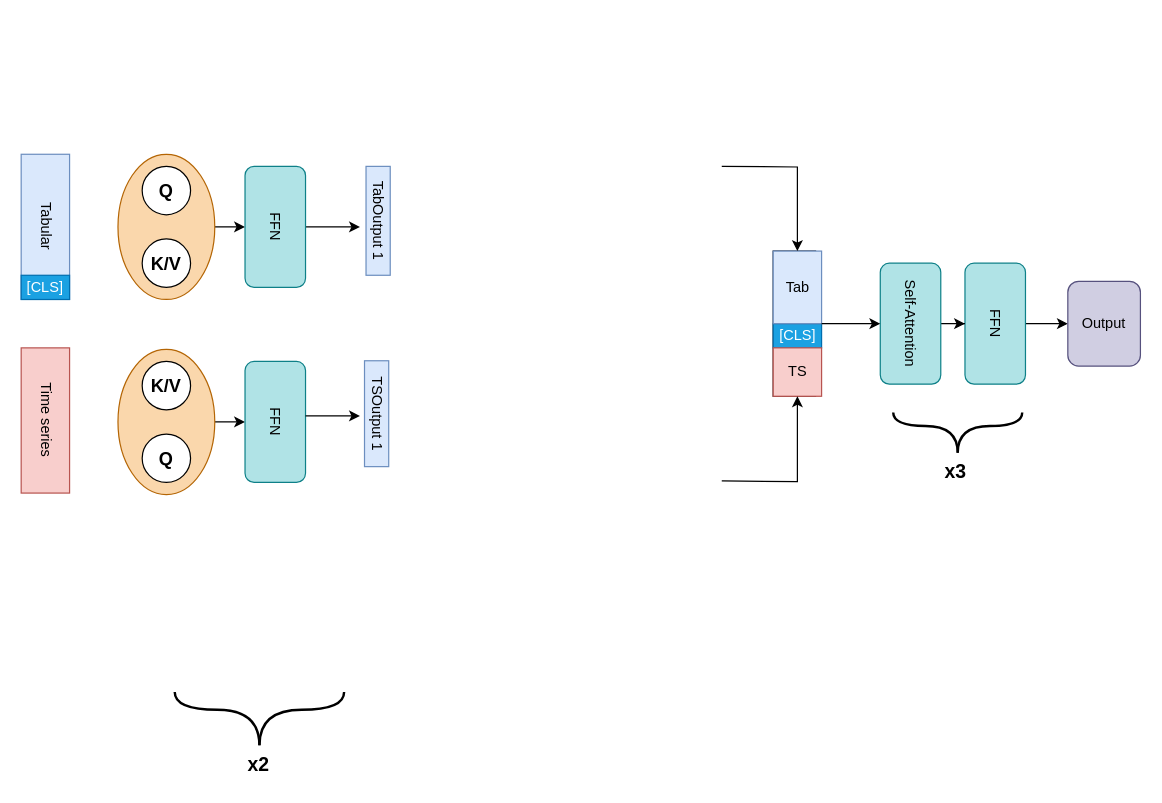
Before: CrossXTab_did.drawio in Jeremstym/MulModVM, a draw.io diagram. Source tidied: cells renumbered, new cells numbered last; positions are measured from the earlier drawing's top-left corner, leaving out a move shared by most shapes. Both pictures are drawn from the tidied source at 121%, with x=0, y=0 at pixel (21, 154).
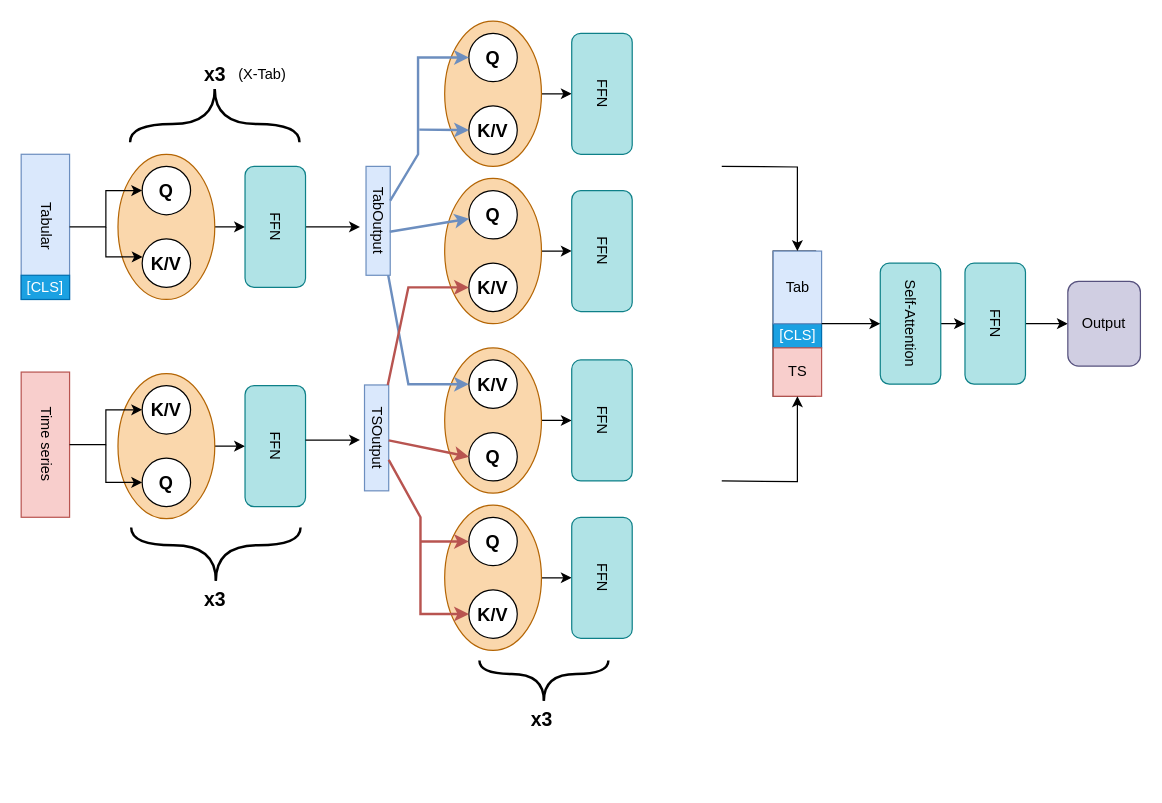
The same page after the edit.

Commit message (it also covers changes not shown here):
Mettre à jour CrossXTab_did.drawio

Unchanged cells that the change refers to:
```xml
<mxCell id="3" value="Tabular" style="rounded=0;whiteSpace=wrap;html=1;direction=south;textDirection=vertical-lr;fillColor=#dae8fc;strokeColor=#6c8ebf;" parent="1" vertex="1">
  <mxGeometry width="40" height="120" as="geometry" />
</mxCell>
<mxCell id="6" value="&lt;font size=&quot;1&quot;&gt;&lt;b style=&quot;font-size: 15px;&quot;&gt;Q&lt;/b&gt;&lt;/font&gt;" style="ellipse;whiteSpace=wrap;html=1;" parent="1" vertex="1">
  <mxGeometry x="100" y="10" width="40" height="40" as="geometry" />
</mxCell>
<mxCell id="7" value="&lt;font size=&quot;1&quot;&gt;&lt;b style=&quot;font-size: 15px;&quot;&gt;K/V&lt;/b&gt;&lt;/font&gt;" style="ellipse;whiteSpace=wrap;html=1;" parent="1" vertex="1">
  <mxGeometry x="100" y="70" width="40" height="40" as="geometry" />
</mxCell>
```

The edit, as a diff of the source:
```diff
@@
     <mxCell id="2" value="Time series" style="rounded=0;whiteSpace=wrap;html=1;direction=south;textDirection=vertical-rl;fillColor=#f8cecc;strokeColor=#b85450;" parent="1" vertex="1">
-      <mxGeometry y="160" width="40" height="120" as="geometry" />
+      <mxGeometry y="180" width="40" height="120" as="geometry" />
     </mxCell>
@@
     <mxCell id="9" style="ellipse;whiteSpace=wrap;html=1;rotation=90;fillColor=#fad7ac;strokeColor=#b46504;" parent="1" vertex="1">
-      <mxGeometry x="60" y="181.2" width="120" height="80" as="geometry" />
+      <mxGeometry x="60" y="201.2" width="120" height="80" as="geometry" />
     </mxCell>
     <mxCell id="10" value="&lt;font size=&quot;1&quot;&gt;&lt;b style=&quot;font-size: 15px;&quot;&gt;K/V&lt;/b&gt;&lt;/font&gt;" style="ellipse;whiteSpace=wrap;html=1;" parent="1" vertex="1">
-      <mxGeometry x="100" y="171.2" width="40" height="40" as="geometry" />
+      <mxGeometry x="100" y="191.2" width="40" height="40" as="geometry" />
     </mxCell>
     <mxCell id="11" value="&lt;font size=&quot;1&quot;&gt;&lt;b style=&quot;font-size: 15px;&quot;&gt;Q&lt;/b&gt;&lt;/font&gt;" style="ellipse;whiteSpace=wrap;html=1;" parent="1" vertex="1">
-      <mxGeometry x="100" y="231.2" width="40" height="40" as="geometry" />
+      <mxGeometry x="100" y="251.2" width="40" height="40" as="geometry" />
     </mxCell>
@@
-    <mxCell id="14" style="edgeStyle=orthogonalEdgeStyle;rounded=0;jettySize=auto;html=1;exitX=1;exitY=0.5;exitDx=0;exitDy=0;" parent="1" edge="1" source="15">
-      <mxGeometry relative="1" as="geometry">
-        <mxPoint x="210.2" y="271.6" as="targetPoint" />
-      </mxGeometry>
-    </mxCell>
     <mxCell id="15" value="FFN" style="rounded=1;whiteSpace=wrap;html=1;rotation=90;fillColor=#b0e3e6;strokeColor=#0e8088;" parent="1" vertex="1">
-      <mxGeometry x="160" y="196.2" width="100" height="50" as="geometry" />
+      <mxGeometry x="160" y="216.2" width="100" height="50" as="geometry" />
     </mxCell>
@@
-    <mxCell id="17" value="TabOutput 1" style="rounded=0;whiteSpace=wrap;html=1;rotation=90;fillColor=#dae8fc;strokeColor=#6c8ebf;" parent="1" vertex="1">
+    <mxCell id="17" value="TabOutput" style="rounded=0;whiteSpace=wrap;html=1;rotation=90;fillColor=#dae8fc;strokeColor=#6c8ebf;" parent="1" vertex="1">
       <mxGeometry x="250" y="45" width="90" height="20" as="geometry" />
     </mxCell>
     <mxCell id="18" style="edgeStyle=orthogonalEdgeStyle;rounded=0;orthogonalLoop=1;jettySize=auto;html=1;" parent="1" edge="1">
       <mxGeometry relative="1" as="geometry">
-        <mxPoint x="235" y="216.2" as="sourcePoint" />
-        <mxPoint x="280" y="216.2" as="targetPoint" />
+        <mxPoint x="235" y="236.2" as="sourcePoint" />
+        <mxPoint x="280" y="236.2" as="targetPoint" />
       </mxGeometry>
     </mxCell>
-    <mxCell id="19" value="TSOutput 1" style="rounded=0;whiteSpace=wrap;html=1;rotation=90;fillColor=#dae8fc;strokeColor=#6c8ebf;" parent="1" vertex="1">
-      <mxGeometry x="250" y="204.4" width="87.5" height="20" as="geometry" />
+    <mxCell id="19" value="TSOutput" style="rounded=0;whiteSpace=wrap;html=1;rotation=90;fillColor=#dae8fc;strokeColor=#6c8ebf;" parent="1" vertex="1">
+      <mxGeometry x="250" y="224.4" width="87.5" height="20" as="geometry" />
     </mxCell>
@@
     <mxCell id="32" style="group;rotation=-90;" parent="1" vertex="1">
-      <mxGeometry x="180" y="366" width="52.5" height="117.5" as="geometry" />
+      <mxGeometry x="144" y="251.2" width="52.5" height="131.8" as="geometry" />
     </mxCell>
+    <mxCell id="14" style="edgeStyle=orthogonalEdgeStyle;rounded=0;orthogonalLoop=1;jettySize=auto;html=1;exitX=1;exitY=0.5;exitDx=0;exitDy=0;" parent="32" edge="1">
+      <mxGeometry relative="1" as="geometry">
+        <mxPoint x="66" y="18.8" as="sourcePoint" />
+        <mxPoint x="66.2" y="19.1" as="targetPoint" />
+      </mxGeometry>
+    </mxCell>
     <mxCell id="33" style="endArrow=none;html=1;rounded=0;fontStyle=1;edgeStyle=orthogonalEdgeStyle;curved=1;strokeWidth=2;" parent="32" edge="1">
       <mxGeometry relative="1" as="geometry">
-        <mxPoint x="16.9" y="122.5" as="sourcePoint" />
-        <mxPoint x="-53.1" y="78.4" as="targetPoint" />
+        <mxPoint x="16.9" y="101.2" as="sourcePoint" />
+        <mxPoint x="-53.1" y="57.2" as="targetPoint" />
         <Array as="points">
-          <mxPoint x="16.9" y="93.1" />
-          <mxPoint x="-53.1" y="93.1" />
+          <mxPoint x="16.9" y="71.9" />
+          <mxPoint x="-53.1" y="71.9" />
         </Array>
       </mxGeometry>
     </mxCell>
     <mxCell id="34" style="endArrow=none;html=1;rounded=0;edgeStyle=orthogonalEdgeStyle;curved=1;strokeWidth=2;" parent="32" edge="1">
       <mxGeometry relative="1" as="geometry">
-        <mxPoint x="16.9" y="122.5" as="sourcePoint" />
-        <mxPoint x="86.9" y="78.4" as="targetPoint" />
+        <mxPoint x="16.9" y="101.2" as="sourcePoint" />
+        <mxPoint x="86.9" y="57.2" as="targetPoint" />
         <Array as="points">
-          <mxPoint x="16.9" y="93.1" />
-          <mxPoint x="86.9" y="93.1" />
+          <mxPoint x="16.9" y="71.9" />
+          <mxPoint x="86.9" y="71.9" />
         </Array>
       </mxGeometry>
     </mxCell>
+    <mxCell id="38" value="&lt;b style=&quot;font-size: 16px;&quot;&gt;x3&lt;/b&gt;" style="text;html=1;align=center;verticalAlign=middle;strokeColor=none;fillColor=none;" parent="32" vertex="1">
+      <mxGeometry x="-4" y="101.8" width="40" height="30" as="geometry" />
+    </mxCell>
     <mxCell id="35" style="group;rotation=-90;" parent="1" vertex="1">
-      <mxGeometry x="755" y="170" width="40" height="88.8" as="geometry" />
+      <mxGeometry x="413" y="375" width="40" height="88.8" as="geometry" />
     </mxCell>
@@
-    <mxCell id="38" value="&lt;b style=&quot;font-size: 16px;&quot;&gt;x2&lt;/b&gt;" style="text;html=1;align=center;verticalAlign=middle;strokeColor=none;fillColor=none;" parent="1" vertex="1">
-      <mxGeometry x="176" y="489" width="40" height="30" as="geometry" />
-    </mxCell>
     <mxCell id="39" value="&lt;b style=&quot;font-size: 16px;&quot;&gt;x3&lt;/b&gt;" style="text;html=1;align=center;verticalAlign=middle;strokeColor=none;fillColor=none;" parent="1" vertex="1">
-      <mxGeometry x="752" y="247" width="40" height="30" as="geometry" />
+      <mxGeometry x="410" y="452" width="40" height="30" as="geometry" />
     </mxCell>
+    <mxCell id="40" style="group;rotation=-90;" parent="1" vertex="1">
+      <mxGeometry x="130" y="-70" width="52.5" height="117.5" as="geometry" />
+    </mxCell>
+    <mxCell id="41" style="endArrow=none;html=1;rounded=0;fontStyle=1;edgeStyle=orthogonalEdgeStyle;curved=1;strokeWidth=2;" parent="40" edge="1">
+      <mxGeometry relative="1" as="geometry">
+        <mxPoint x="30" y="16" as="sourcePoint" />
+        <mxPoint x="100" y="60" as="targetPoint" />
+        <Array as="points">
+          <mxPoint x="30" y="45" />
+          <mxPoint x="100" y="45" />
+        </Array>
+      </mxGeometry>
+    </mxCell>
+    <mxCell id="42" style="endArrow=none;html=1;rounded=0;edgeStyle=orthogonalEdgeStyle;curved=1;strokeWidth=2;" parent="40" edge="1">
+      <mxGeometry relative="1" as="geometry">
+        <mxPoint x="30" y="16" as="sourcePoint" />
+        <mxPoint x="-40" y="60" as="targetPoint" />
+        <Array as="points">
+          <mxPoint x="30" y="45" />
+          <mxPoint x="-40" y="45" />
+        </Array>
+      </mxGeometry>
+    </mxCell>
+    <mxCell id="43" value="&lt;b style=&quot;font-size: 16px;&quot;&gt;x3&lt;/b&gt;" style="text;html=1;align=center;verticalAlign=middle;strokeColor=none;fillColor=none;" parent="1" vertex="1">
+      <mxGeometry x="140.2" y="-81" width="40" height="30" as="geometry" />
+    </mxCell>
+    <mxCell id="44" value="(X-Tab)" style="text;html=1;align=center;verticalAlign=middle;strokeColor=none;fillColor=none;" parent="1" vertex="1">
+      <mxGeometry x="169" y="-81" width="60" height="30" as="geometry" />
+    </mxCell>
+    <mxCell id="45" style="edgeStyle=orthogonalEdgeStyle;rounded=0;jettySize=auto;html=1;" parent="1" edge="1" source="46" target="61">
+      <mxGeometry relative="1" as="geometry" />
+    </mxCell>
+    <mxCell id="46" style="ellipse;whiteSpace=wrap;html=1;rotation=90;fillColor=#fad7ac;strokeColor=#b46504;" parent="1" vertex="1">
+      <mxGeometry x="330" y="-90" width="120" height="80" as="geometry" />
+    </mxCell>
+    <mxCell id="47" value="&lt;font size=&quot;1&quot;&gt;&lt;b style=&quot;font-size: 15px;&quot;&gt;Q&lt;/b&gt;&lt;/font&gt;" style="ellipse;whiteSpace=wrap;html=1;" parent="1" vertex="1">
+      <mxGeometry x="370" y="-100" width="40" height="40" as="geometry" />
+    </mxCell>
+    <mxCell id="48" value="&lt;font size=&quot;1&quot;&gt;&lt;b style=&quot;font-size: 15px;&quot;&gt;K/V&lt;/b&gt;&lt;/font&gt;" style="ellipse;whiteSpace=wrap;html=1;" parent="1" vertex="1">
+      <mxGeometry x="370" y="-40" width="40" height="40" as="geometry" />
+    </mxCell>
+    <mxCell id="49" style="edgeStyle=orthogonalEdgeStyle;rounded=0;jettySize=auto;html=1;entryX=0.5;entryY=1;entryDx=0;entryDy=0;" parent="1" edge="1" source="50" target="62">
+      <mxGeometry relative="1" as="geometry" />
+    </mxCell>
+    <mxCell id="50" style="ellipse;whiteSpace=wrap;html=1;rotation=90;fillColor=#fad7ac;strokeColor=#b46504;" parent="1" vertex="1">
+      <mxGeometry x="330" y="40" width="120" height="80" as="geometry" />
+    </mxCell>
+    <mxCell id="51" value="&lt;font size=&quot;1&quot;&gt;&lt;b style=&quot;font-size: 15px;&quot;&gt;Q&lt;/b&gt;&lt;/font&gt;" style="ellipse;whiteSpace=wrap;html=1;" parent="1" vertex="1">
+      <mxGeometry x="370" y="30" width="40" height="40" as="geometry" />
+    </mxCell>
+    <mxCell id="52" value="&lt;font size=&quot;1&quot;&gt;&lt;b style=&quot;font-size: 15px;&quot;&gt;K/V&lt;/b&gt;&lt;/font&gt;" style="ellipse;whiteSpace=wrap;html=1;" parent="1" vertex="1">
+      <mxGeometry x="370" y="90" width="40" height="40" as="geometry" />
+    </mxCell>
+    <mxCell id="53" style="edgeStyle=orthogonalEdgeStyle;rounded=0;jettySize=auto;html=1;entryX=0.5;entryY=1;entryDx=0;entryDy=0;" parent="1" edge="1" source="54" target="64">
+      <mxGeometry relative="1" as="geometry" />
+    </mxCell>
+    <mxCell id="54" style="ellipse;whiteSpace=wrap;html=1;rotation=90;fillColor=#fad7ac;strokeColor=#b46504;" parent="1" vertex="1">
+      <mxGeometry x="330" y="180" width="120" height="80" as="geometry" />
+    </mxCell>
+    <mxCell id="55" value="&lt;font size=&quot;1&quot;&gt;&lt;b style=&quot;font-size: 15px;&quot;&gt;K/V&lt;/b&gt;&lt;/font&gt;" style="ellipse;whiteSpace=wrap;html=1;" parent="1" vertex="1">
+      <mxGeometry x="370" y="170" width="40" height="40" as="geometry" />
+    </mxCell>
+    <mxCell id="56" value="&lt;font size=&quot;1&quot;&gt;&lt;b style=&quot;font-size: 15px;&quot;&gt;Q&lt;/b&gt;&lt;/font&gt;" style="ellipse;whiteSpace=wrap;html=1;" parent="1" vertex="1">
+      <mxGeometry x="370" y="230" width="40" height="40" as="geometry" />
+    </mxCell>
+    <mxCell id="57" style="edgeStyle=orthogonalEdgeStyle;rounded=0;jettySize=auto;html=1;entryX=0.5;entryY=1;entryDx=0;entryDy=0;" parent="1" edge="1" source="58" target="65">
+      <mxGeometry relative="1" as="geometry" />
+    </mxCell>
+    <mxCell id="58" style="ellipse;whiteSpace=wrap;html=1;rotation=90;fillColor=#fad7ac;strokeColor=#b46504;" parent="1" vertex="1">
+      <mxGeometry x="330" y="310" width="120" height="80" as="geometry" />
+    </mxCell>
+    <mxCell id="59" value="&lt;font size=&quot;1&quot;&gt;&lt;b style=&quot;font-size: 15px;&quot;&gt;Q&lt;/b&gt;&lt;/font&gt;" style="ellipse;whiteSpace=wrap;html=1;" parent="1" vertex="1">
+      <mxGeometry x="370" y="300" width="40" height="40" as="geometry" />
+    </mxCell>
+    <mxCell id="60" value="&lt;font size=&quot;1&quot;&gt;&lt;b style=&quot;font-size: 15px;&quot;&gt;K/V&lt;/b&gt;&lt;/font&gt;" style="ellipse;whiteSpace=wrap;html=1;" parent="1" vertex="1">
+      <mxGeometry x="370" y="360" width="40" height="40" as="geometry" />
+    </mxCell>
+    <mxCell id="61" value="FFN" style="rounded=1;whiteSpace=wrap;html=1;rotation=90;fillColor=#b0e3e6;strokeColor=#0e8088;" parent="1" vertex="1">
+      <mxGeometry x="430" y="-75" width="100" height="50" as="geometry" />
+    </mxCell>
+    <mxCell id="62" value="FFN" style="rounded=1;whiteSpace=wrap;html=1;rotation=90;fillColor=#b0e3e6;strokeColor=#0e8088;" parent="1" vertex="1">
+      <mxGeometry x="430" y="55" width="100" height="50" as="geometry" />
+    </mxCell>
+    <mxCell id="63" style="edgeStyle=orthogonalEdgeStyle;rounded=0;jettySize=auto;html=1;exitX=1;exitY=0.5;exitDx=0;exitDy=0;" parent="1" edge="1" source="64">
+      <mxGeometry relative="1" as="geometry">
+        <mxPoint x="480.2" y="270.4" as="targetPoint" />
+      </mxGeometry>
+    </mxCell>
+    <mxCell id="64" value="FFN" style="rounded=1;whiteSpace=wrap;html=1;rotation=90;fillColor=#b0e3e6;strokeColor=#0e8088;" parent="1" vertex="1">
+      <mxGeometry x="430" y="195" width="100" height="50" as="geometry" />
+    </mxCell>
+    <mxCell id="65" value="FFN" style="rounded=1;whiteSpace=wrap;html=1;rotation=90;fillColor=#b0e3e6;strokeColor=#0e8088;" parent="1" vertex="1">
+      <mxGeometry x="430" y="325" width="100" height="50" as="geometry" />
+    </mxCell>
+    <mxCell id="66" style="edgeStyle=orthogonalEdgeStyle;rounded=0;jettySize=auto;html=1;entryX=0;entryY=0.5;entryDx=0;entryDy=0;" parent="1" edge="1" source="2" target="10">
+      <mxGeometry relative="1" as="geometry" />
+    </mxCell>
+    <mxCell id="67" style="endArrow=classic;html=1;rounded=0;entryX=0;entryY=0.5;entryDx=0;entryDy=0;edgeStyle=orthogonalEdgeStyle;" parent="1" edge="1" target="11">
+      <mxGeometry relative="1" as="geometry">
+        <mxPoint x="70" y="240" as="sourcePoint" />
+        <Array as="points">
+          <mxPoint x="70" y="271" />
+        </Array>
+      </mxGeometry>
+    </mxCell>
+    <mxCell id="68" style="edgeStyle=orthogonalEdgeStyle;rounded=0;jettySize=auto;html=1;" parent="1" edge="1" source="3" target="6">
+      <mxGeometry relative="1" as="geometry" />
+    </mxCell>
+    <mxCell id="69" style="endArrow=classic;html=1;rounded=0;entryX=0.01;entryY=0.371;entryDx=0;entryDy=0;entryPerimeter=0;edgeStyle=orthogonalEdgeStyle;" parent="1" edge="1" target="7">
+      <mxGeometry relative="1" as="geometry">
+        <mxPoint x="70" y="60" as="sourcePoint" />
+        <Array as="points">
+          <mxPoint x="70" y="85" />
+        </Array>
+      </mxGeometry>
+    </mxCell>
+    <mxCell id="70" style="edgeStyle=orthogonalEdgeStyle;rounded=0;jettySize=auto;html=1;entryX=0;entryY=0.5;entryDx=0;entryDy=0;fillColor=#dae8fc;strokeColor=#6c8ebf;strokeWidth=2;" parent="1" edge="1" source="17" target="47">
+      <mxGeometry relative="1" as="geometry">
+        <Array as="points">
+          <mxPoint x="328" />
+          <mxPoint x="328" y="-80" />
+        </Array>
+      </mxGeometry>
+    </mxCell>
+    <mxCell id="71" style="edgeStyle=orthogonalEdgeStyle;rounded=0;jettySize=auto;html=1;entryX=0;entryY=0.5;entryDx=0;entryDy=0;fillColor=#f8cecc;strokeColor=#b85450;strokeWidth=2;" parent="1" edge="1" source="19" target="60">
+      <mxGeometry relative="1" as="geometry">
+        <Array as="points">
+          <mxPoint x="330" y="300" />
+          <mxPoint x="330" y="380" />
+        </Array>
+      </mxGeometry>
+    </mxCell>
+    <mxCell id="72" style="endArrow=classic;html=1;rounded=0;fillColor=#f8cecc;strokeColor=#b85450;strokeWidth=2;" parent="1" edge="1" target="59">
+      <mxGeometry relative="1" as="geometry">
+        <mxPoint x="330" y="320" as="sourcePoint" />
+      </mxGeometry>
+    </mxCell>
+    <mxCell id="73" style="endArrow=classic;html=1;rounded=0;fillColor=#dae8fc;strokeColor=#6c8ebf;strokeWidth=2;" parent="1" edge="1" target="48">
+      <mxGeometry relative="1" as="geometry">
+        <mxPoint x="329" y="-20.4" as="sourcePoint" />
+      </mxGeometry>
+    </mxCell>
+    <mxCell id="74" style="rounded=0;jettySize=auto;html=1;entryX=0;entryY=0.5;entryDx=0;entryDy=0;fillColor=#f8cecc;strokeColor=#b85450;strokeWidth=2;" parent="1" edge="1" source="19" target="56">
+      <mxGeometry relative="1" as="geometry" />
+    </mxCell>
+    <mxCell id="75" style="rounded=0;jettySize=auto;html=1;fillColor=#dae8fc;strokeColor=#6c8ebf;strokeWidth=2;exitX=0.6;exitY=0.021;exitDx=0;exitDy=0;exitPerimeter=0;" parent="1" edge="1" source="17" target="51">
+      <mxGeometry relative="1" as="geometry" />
+    </mxCell>
+    <mxCell id="76" style="edgeStyle=orthogonalEdgeStyle;rounded=0;jettySize=auto;html=1;entryX=0;entryY=0.5;entryDx=0;entryDy=0;fillColor=#dae8fc;strokeColor=#6c8ebf;strokeWidth=2;" parent="1" edge="1" source="17" target="55">
+      <mxGeometry relative="1" as="geometry">
+        <Array as="points">
+          <mxPoint x="320" y="190" />
+        </Array>
+      </mxGeometry>
+    </mxCell>
+    <mxCell id="77" style="edgeStyle=orthogonalEdgeStyle;rounded=0;jettySize=auto;html=1;entryX=0;entryY=0.5;entryDx=0;entryDy=0;fillColor=#f8cecc;strokeColor=#b85450;strokeWidth=2;" parent="1" edge="1" source="19" target="52">
+      <mxGeometry relative="1" as="geometry">
+        <Array as="points">
+          <mxPoint x="320" y="110" />
+        </Array>
+      </mxGeometry>
+    </mxCell>
```
